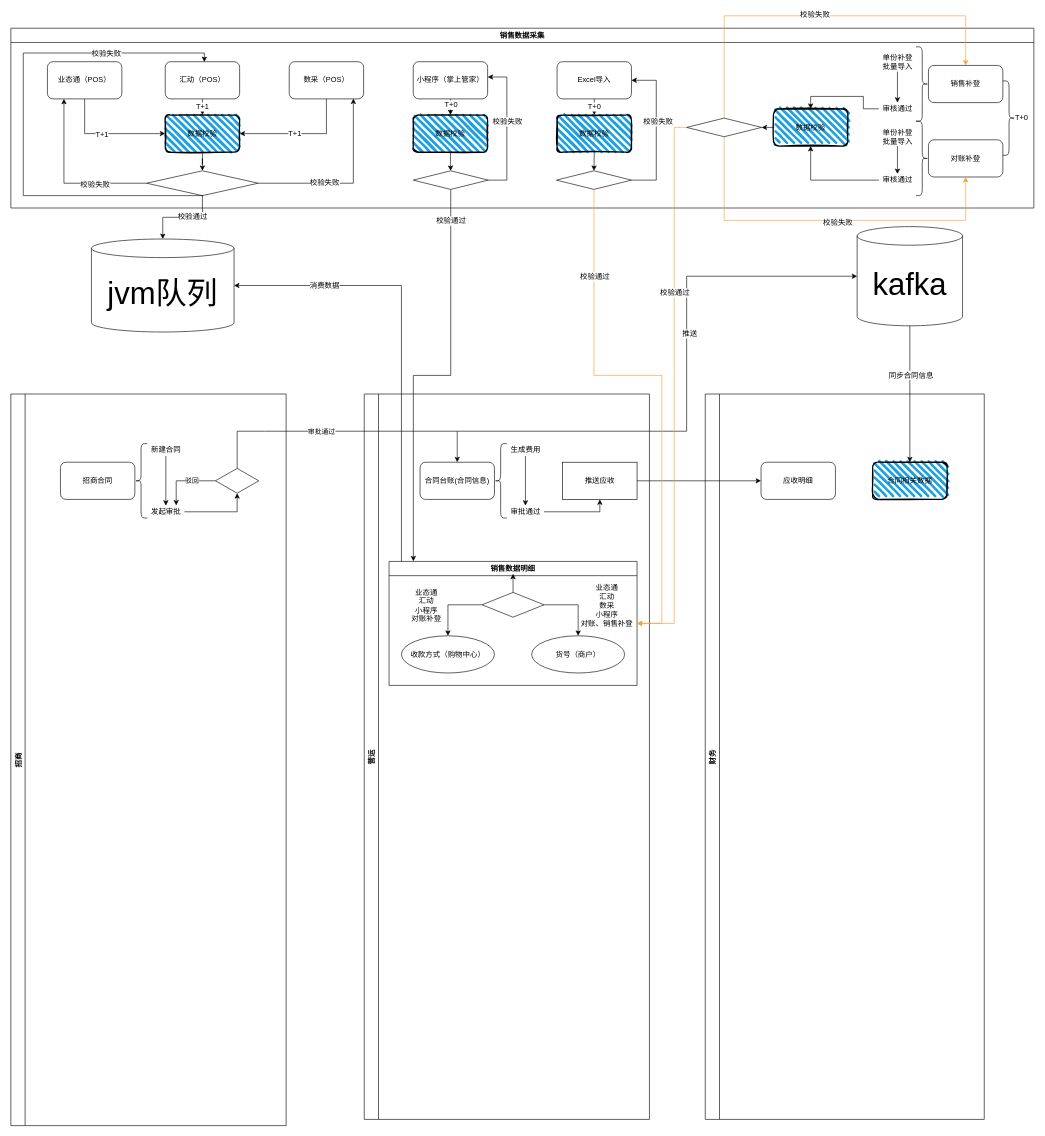
lanrenspace/elementui-admin-template keeps this draw.io diagram as Untitled Diagram.drawio. Above is the earlier version. Source tidied: cells renumbered, new cells numbered last; positions are measured from the earlier drawing's top-left corner, leaving out a move shared by most shapes. Both pictures are drawn from the tidied source at 62%, with x=0, y=0 at pixel (11, 16).
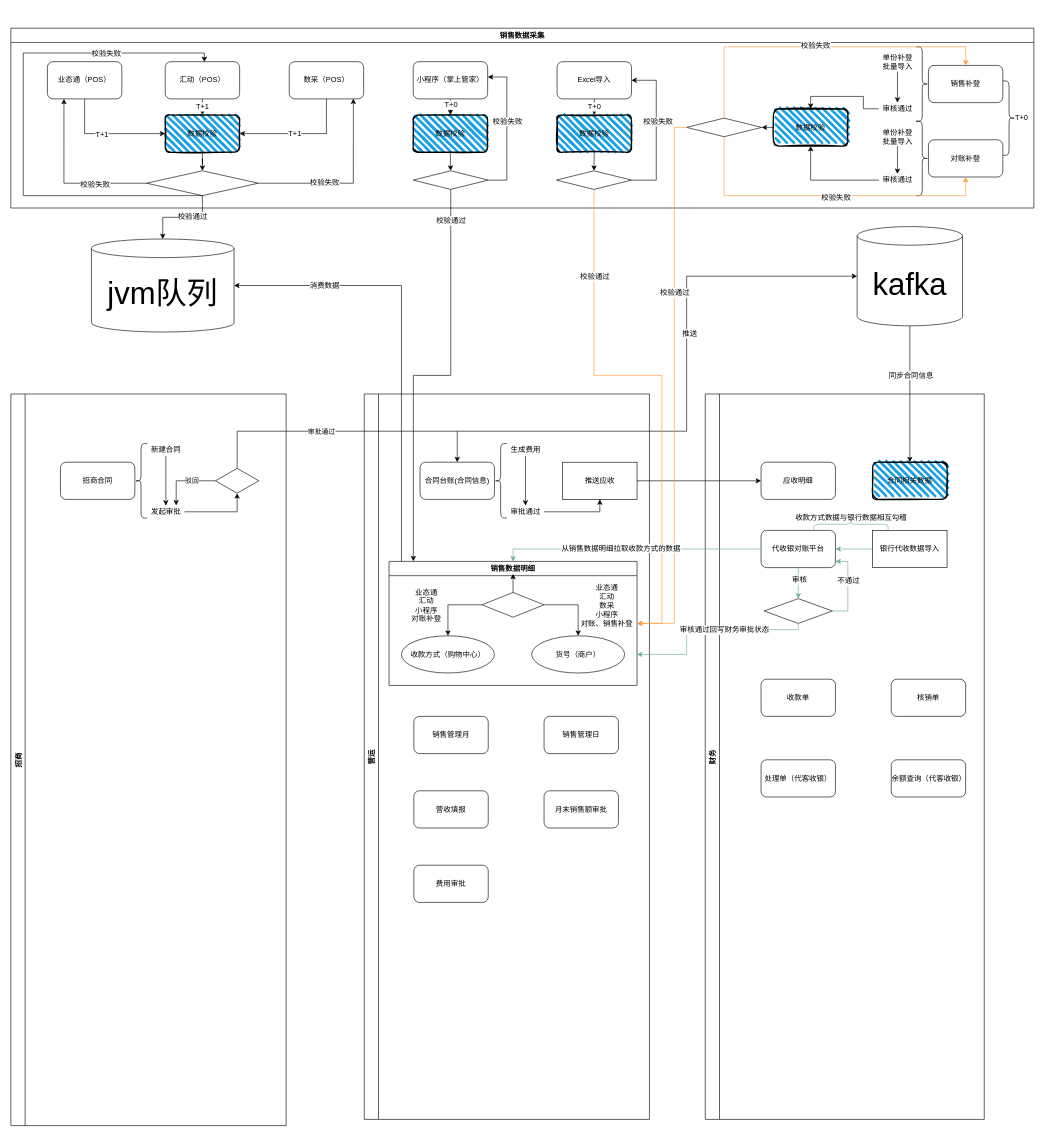
The same diagram, later.

Unchanged cells that the change refers to:
```xml
<mxCell id="12" value="营运" style="swimlane;horizontal=0;startSize=23;" parent="1" vertex="1">
  <mxGeometry x="570" y="610" width="460" height="1170" as="geometry" />
</mxCell>
<mxCell id="22" value="销售数据明细" style="swimlane;fontSize=12;" parent="12" vertex="1">
  <mxGeometry x="40" y="270" width="400" height="200" as="geometry" />
</mxCell>
<mxCell id="30" value="财务" style="swimlane;horizontal=0;startSize=23;" parent="1" vertex="1">
  <mxGeometry x="1120" y="610" width="450" height="1170" as="geometry" />
</mxCell>
<mxCell id="39" value="销售数据采集" style="swimlane;fontSize=12;" parent="1" vertex="1">
  <mxGeometry y="20" width="1650" height="290" as="geometry" />
</mxCell>
<mxCell id="67" value="销售补登" style="rounded=1;whiteSpace=wrap;html=1;fontSize=12;" parent="39" vertex="1">
  <mxGeometry x="1480" y="60" width="120" height="60" as="geometry" />
</mxCell>
<mxCell id="68" value="对账补登" style="rounded=1;whiteSpace=wrap;html=1;fontSize=12;" parent="39" vertex="1">
  <mxGeometry x="1480" y="180" width="120" height="60" as="geometry" />
</mxCell>
<mxCell id="92" style="rhombus;whiteSpace=wrap;html=1;fontSize=12;" parent="39" vertex="1">
  <mxGeometry x="1090" y="145" width="121" height="30" as="geometry" />
</mxCell>
```

Change to the diagram source:
```diff
@@
+    <mxCell id="105" value="销售管理日" style="rounded=1;whiteSpace=wrap;html=1;fontSize=12;fontColor=#000000;" parent="12" vertex="1">
+      <mxGeometry x="290" y="520" width="120" height="60" as="geometry" />
+    </mxCell>
+    <mxCell id="106" value="销售管理月" style="rounded=1;whiteSpace=wrap;html=1;fontSize=12;fontColor=#000000;" parent="12" vertex="1">
+      <mxGeometry x="80" y="520" width="120" height="60" as="geometry" />
+    </mxCell>
+    <mxCell id="107" value="月末销售额审批" style="rounded=1;whiteSpace=wrap;html=1;fontSize=12;fontColor=#000000;" parent="12" vertex="1">
+      <mxGeometry x="290" y="640" width="120" height="60" as="geometry" />
+    </mxCell>
+    <mxCell id="108" value="费用审批" style="rounded=1;whiteSpace=wrap;html=1;fontSize=12;fontColor=#000000;" parent="12" vertex="1">
+      <mxGeometry x="80" y="760" width="120" height="60" as="geometry" />
+    </mxCell>
+    <mxCell id="109" value="营收填报" style="rounded=1;whiteSpace=wrap;html=1;fontSize=12;fontColor=#000000;" parent="12" vertex="1">
+      <mxGeometry x="80" y="640" width="120" height="60" as="geometry" />
+    </mxCell>
@@
+    <mxCell id="110" style="edgeStyle=orthogonalEdgeStyle;rounded=0;jettySize=auto;html=1;entryX=0.5;entryY=0;entryDx=0;entryDy=0;labelBackgroundColor=#FFFF66;fontSize=12;fontColor=#000000;strokeColor=#67AB9F;" parent="30" edge="1" source="112" target="119">
+      <mxGeometry relative="1" as="geometry" />
+    </mxCell>
+    <mxCell id="111" value="审核" style="edgeLabel;html=1;align=center;verticalAlign=middle;fontSize=12;fontColor=#000000;" parent="110" vertex="1">
+      <mxGeometry x="-0.26" y="1" relative="1" as="geometry" />
+    </mxCell>
+    <mxCell id="112" value="代收银对账平台" style="rounded=1;whiteSpace=wrap;html=1;fontSize=12;fontColor=#000000;" parent="30" vertex="1">
+      <mxGeometry x="90" y="220" width="120" height="60" as="geometry" />
+    </mxCell>
+    <mxCell id="113" style="edgeStyle=orthogonalEdgeStyle;rounded=0;jettySize=auto;html=1;entryX=1;entryY=0.5;entryDx=0;entryDy=0;labelBackgroundColor=#FFFF66;fontSize=12;fontColor=#000000;strokeColor=#67AB9F;" parent="30" edge="1" source="114" target="112">
+      <mxGeometry relative="1" as="geometry" />
+    </mxCell>
+    <mxCell id="114" value="银行代收数据导入" style="rounded=0;whiteSpace=wrap;html=1;fontSize=12;fontColor=#000000;" parent="30" vertex="1">
+      <mxGeometry x="270" y="220" width="120" height="60" as="geometry" />
+    </mxCell>
+    <mxCell id="115" style="shape=curlyBracket;whiteSpace=wrap;html=1;rounded=1;flipH=1;fontSize=12;fontColor=#000000;rotation=-90;strokeColor=#67AB9F;" parent="30" vertex="1">
+      <mxGeometry x="225" y="150" width="20" height="120" as="geometry" />
+    </mxCell>
+    <mxCell id="116" value="收款方式数据与银行数据相互勾稽" style="text;html=1;align=center;verticalAlign=middle;strokeColor=none;fillColor=none;fontSize=12;fontColor=#000000;" parent="30" vertex="1">
+      <mxGeometry x="135" y="190" width="200" height="20" as="geometry" />
+    </mxCell>
+    <mxCell id="117" style="edgeStyle=orthogonalEdgeStyle;rounded=0;jettySize=auto;html=1;entryX=1;entryY=0.833;entryDx=0;entryDy=0;entryPerimeter=0;labelBackgroundColor=#FFFF66;fontSize=12;fontColor=#000000;strokeColor=#67AB9F;" parent="30" edge="1" source="119" target="112">
+      <mxGeometry relative="1" as="geometry">
+        <Array as="points">
+          <mxPoint x="230" y="350" />
+          <mxPoint x="230" y="270" />
+        </Array>
+      </mxGeometry>
+    </mxCell>
+    <mxCell id="118" value="不通过" style="edgeLabel;html=1;align=center;verticalAlign=middle;fontSize=12;fontColor=#000000;" parent="117" vertex="1">
+      <mxGeometry x="0.18" relative="1" as="geometry" />
+    </mxCell>
+    <mxCell id="119" style="rhombus;whiteSpace=wrap;html=1;fontSize=12;fontColor=#000000;strokeColor=#000000;" parent="30" vertex="1">
+      <mxGeometry x="95" y="330" width="110" height="40" as="geometry" />
+    </mxCell>
+    <mxCell id="120" value="收款单" style="rounded=1;whiteSpace=wrap;html=1;fontSize=12;fontColor=#000000;strokeColor=#000000;" parent="30" vertex="1">
+      <mxGeometry x="90" y="460" width="120" height="60" as="geometry" />
+    </mxCell>
+    <mxCell id="121" value="核销单" style="rounded=1;whiteSpace=wrap;html=1;fontSize=12;fontColor=#000000;strokeColor=#000000;" parent="30" vertex="1">
+      <mxGeometry x="300" y="460" width="120" height="60" as="geometry" />
+    </mxCell>
+    <mxCell id="122" value="处理单（代客收银）" style="rounded=1;whiteSpace=wrap;html=1;fontSize=12;fontColor=#000000;strokeColor=#000000;" parent="30" vertex="1">
+      <mxGeometry x="90" y="590" width="120" height="60" as="geometry" />
+    </mxCell>
+    <mxCell id="123" value="余额查询（代客收银）" style="rounded=1;whiteSpace=wrap;html=1;fontSize=12;fontColor=#000000;strokeColor=#000000;" parent="30" vertex="1">
+      <mxGeometry x="300" y="590" width="120" height="60" as="geometry" />
+    </mxCell>
@@
     <mxCell id="88" style="edgeStyle=orthogonalEdgeStyle;rounded=0;jettySize=auto;html=1;exitX=0.5;exitY=0;exitDx=0;exitDy=0;fontSize=12;labelBackgroundColor=#FFFF66;fontColor=#FFFF66;strokeColor=#FF9933;" parent="39" edge="1" source="92" target="67">
       <mxGeometry relative="1" as="geometry">
         <Array as="points">
-          <mxPoint x="1151" y="-20" />
-          <mxPoint x="1540" y="-20" />
+          <mxPoint x="1151" y="30" />
+          <mxPoint x="1540" y="30" />
         </Array>
       </mxGeometry>
     </mxCell>
@@
     <mxCell id="90" style="edgeStyle=orthogonalEdgeStyle;rounded=0;jettySize=auto;html=1;entryX=0.5;entryY=1;entryDx=0;entryDy=0;labelBackgroundColor=#FFFF66;fontSize=12;fontColor=#000000;strokeColor=#FF9933;" parent="39" edge="1" source="92" target="68">
       <mxGeometry relative="1" as="geometry">
         <Array as="points">
-          <mxPoint x="1151" y="310" />
-          <mxPoint x="1540" y="310" />
+          <mxPoint x="1151" y="270" />
+          <mxPoint x="1540" y="270" />
         </Array>
       </mxGeometry>
     </mxCell>
@@
+    <mxCell id="124" style="edgeStyle=orthogonalEdgeStyle;rounded=0;jettySize=auto;html=1;entryX=0.5;entryY=0;entryDx=0;entryDy=0;labelBackgroundColor=#FFFF66;fontSize=12;fontColor=#000000;strokeColor=#67AB9F;" parent="1" edge="1" source="112" target="22">
+      <mxGeometry relative="1" as="geometry">
+        <Array as="points">
+          <mxPoint x="810" y="860" />
+        </Array>
+      </mxGeometry>
+    </mxCell>
+    <mxCell id="125" value="从销售数据明细拉取收款方式的数据" style="edgeLabel;html=1;align=center;verticalAlign=middle;fontSize=12;fontColor=#000000;" parent="124" vertex="1">
+      <mxGeometry x="0.08" y="-2" relative="1" as="geometry" />
+    </mxCell>
+    <mxCell id="126" style="edgeStyle=orthogonalEdgeStyle;rounded=0;jettySize=auto;html=1;entryX=1;entryY=0.75;entryDx=0;entryDy=0;labelBackgroundColor=#FFFF66;fontSize=12;fontColor=#000000;strokeColor=#67AB9F;" parent="1" edge="1" source="119" target="22">
+      <mxGeometry relative="1" as="geometry">
+        <Array as="points">
+          <mxPoint x="1270" y="990" />
+          <mxPoint x="1090" y="990" />
+          <mxPoint x="1090" y="1030" />
+        </Array>
+      </mxGeometry>
+    </mxCell>
+    <mxCell id="127" value="审核通过回写财务审批状态" style="edgeLabel;html=1;align=center;verticalAlign=middle;fontSize=12;fontColor=#000000;" parent="126" vertex="1">
+      <mxGeometry x="-0.64" y="2" relative="1" as="geometry">
+        <mxPoint x="-74" y="-2" as="offset" />
+      </mxGeometry>
+    </mxCell>
```
